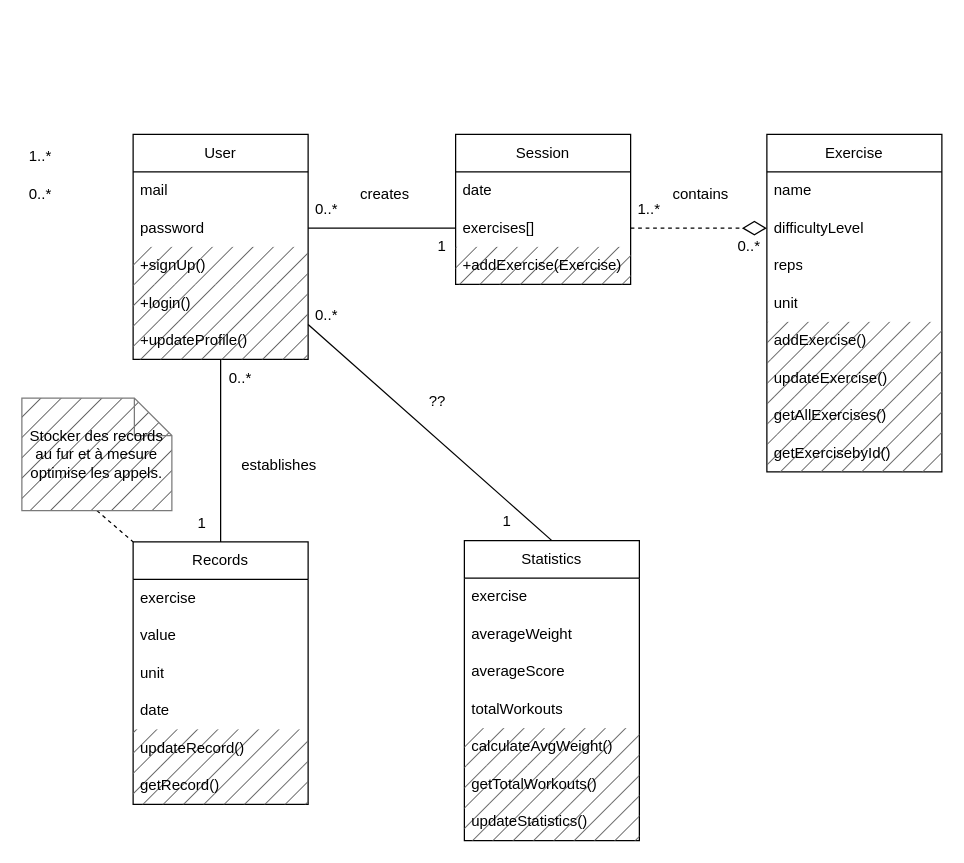
FlorenceBuchelet/workout_diary keeps this draw.io diagram as _ressources/UML_diagrams/class.dio. Above is the earlier version. Source tidied: cells renumbered, new cells numbered last; positions are measured from the earlier drawing's top-left corner, leaving out a move shared by most shapes. Both pictures are drawn from the tidied source at 125%, with x=0, y=0 at pixel (21, 134).
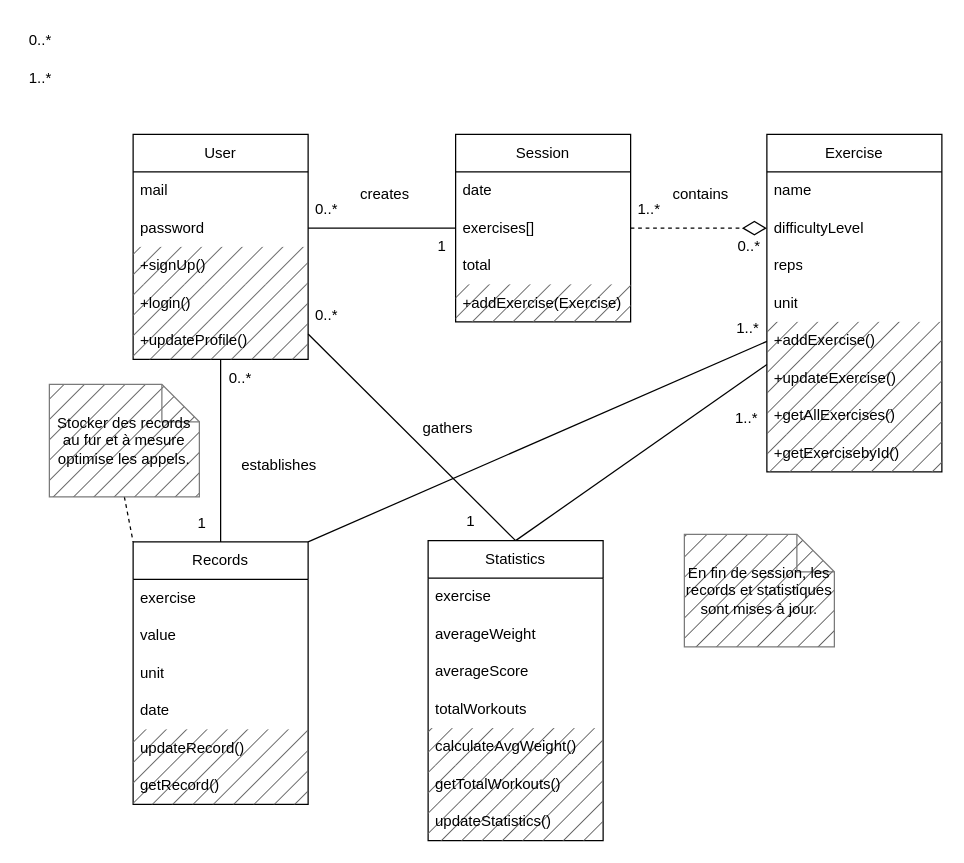
Above is the later version.

Commit message:
class diagram ok

The change refers to these unchanged cells:
```xml
<mxCell id="10" value="Exercise" style="swimlane;fontStyle=0;horizontal=1;startSize=30;whiteSpace=wrap;html=1;" parent="1" vertex="1">
  <mxGeometry x="596" width="140" height="270" as="geometry" />
</mxCell>
<mxCell id="23" value="Records" style="swimlane;fontStyle=0;horizontal=1;startSize=30;whiteSpace=wrap;html=1;" parent="1" vertex="1">
  <mxGeometry x="89" y="326" width="140" height="210" as="geometry" />
</mxCell>
```

Diff of the diagram source:
```diff
@@
+    <mxCell id="56" style="edgeStyle=none;html=1;entryX=1;entryY=0;entryDx=0;entryDy=0;endArrow=none;endFill=0;" parent="1" edge="1" source="10" target="23">
+      <mxGeometry relative="1" as="geometry" />
+    </mxCell>
+    <mxCell id="57" style="edgeStyle=none;html=1;entryX=0.5;entryY=0;entryDx=0;entryDy=0;endArrow=none;endFill=0;" parent="1" edge="1" source="10" target="30">
+      <mxGeometry relative="1" as="geometry" />
+    </mxCell>
@@
-    <mxCell id="15" value="addExercise()" style="text;align=left;verticalAlign=middle;spacingLeft=4;spacingRight=4;overflow=hidden;whiteSpace=wrap;html=1;fillColor=#666666;fillStyle=hatch;" parent="10" vertex="1">
+    <mxCell id="15" value="+addExercise()" style="text;align=left;verticalAlign=middle;spacingLeft=4;spacingRight=4;overflow=hidden;whiteSpace=wrap;html=1;fillColor=#666666;fillStyle=hatch;" parent="10" vertex="1">
       <mxGeometry y="150" width="140" height="30" as="geometry" />
     </mxCell>
-    <mxCell id="16" value="updateExercise()" style="text;align=left;verticalAlign=middle;spacingLeft=4;spacingRight=4;overflow=hidden;whiteSpace=wrap;html=1;fillColor=#666666;fillStyle=hatch;" parent="10" vertex="1">
+    <mxCell id="16" value="+updateExercise()" style="text;align=left;verticalAlign=middle;spacingLeft=4;spacingRight=4;overflow=hidden;whiteSpace=wrap;html=1;fillColor=#666666;fillStyle=hatch;" parent="10" vertex="1">
       <mxGeometry y="180" width="140" height="30" as="geometry" />
     </mxCell>
-    <mxCell id="17" value="getAllExercises()" style="text;align=left;verticalAlign=middle;spacingLeft=4;spacingRight=4;overflow=hidden;whiteSpace=wrap;html=1;fillColor=#666666;fillStyle=hatch;" parent="10" vertex="1">
+    <mxCell id="17" value="+getAllExercises()" style="text;align=left;verticalAlign=middle;spacingLeft=4;spacingRight=4;overflow=hidden;whiteSpace=wrap;html=1;fillColor=#666666;fillStyle=hatch;" parent="10" vertex="1">
       <mxGeometry y="210" width="140" height="30" as="geometry" />
     </mxCell>
-    <mxCell id="18" value="getExercisebyId()" style="text;align=left;verticalAlign=middle;spacingLeft=4;spacingRight=4;overflow=hidden;whiteSpace=wrap;html=1;fillColor=#666666;fillStyle=hatch;" parent="10" vertex="1">
+    <mxCell id="18" value="+getExercisebyId()" style="text;align=left;verticalAlign=middle;spacingLeft=4;spacingRight=4;overflow=hidden;whiteSpace=wrap;html=1;fillColor=#666666;fillStyle=hatch;" parent="10" vertex="1">
       <mxGeometry y="240" width="140" height="30" as="geometry" />
     </mxCell>
     <mxCell id="19" value="Session" style="swimlane;fontStyle=0;horizontal=1;startSize=30;whiteSpace=wrap;html=1;" parent="1" vertex="1">
-      <mxGeometry x="347" width="140" height="120" as="geometry" />
+      <mxGeometry x="347" width="140" height="150" as="geometry" />
     </mxCell>
@@
+    <mxCell id="58" value="total" style="text;strokeColor=none;fillColor=none;align=left;verticalAlign=middle;spacingLeft=4;spacingRight=4;overflow=hidden;whiteSpace=wrap;html=1;" parent="19" vertex="1">
+      <mxGeometry y="90" width="140" height="30" as="geometry" />
+    </mxCell>
     <mxCell id="22" value="+addExercise(Exercise)" style="text;align=left;verticalAlign=middle;spacingLeft=4;spacingRight=4;overflow=hidden;whiteSpace=wrap;html=1;fillColor=#666666;fillStyle=hatch;" parent="19" vertex="1">
-      <mxGeometry y="90" width="140" height="30" as="geometry" />
+      <mxGeometry y="120" width="140" height="30" as="geometry" />
     </mxCell>
@@
     <mxCell id="30" value="Statistics" style="swimlane;fontStyle=0;horizontal=1;startSize=30;whiteSpace=wrap;html=1;" parent="1" vertex="1">
-      <mxGeometry x="354" y="325" width="140" height="240" as="geometry" />
+      <mxGeometry x="325" y="325" width="140" height="240" as="geometry" />
     </mxCell>
@@
     <mxCell id="41" value="Stocker des records au fur et à mesure optimise les appels." style="shape=note;whiteSpace=wrap;html=1;backgroundOutline=1;darkOpacity=0.05;rounded=0;fillStyle=hatch;strokeColor=#7A7A7A;strokeWidth=1;fillColor=#616161;" parent="1" vertex="1">
-      <mxGeometry y="211" width="120" height="90" as="geometry" />
+      <mxGeometry x="22" y="200" width="120" height="90" as="geometry" />
     </mxCell>
     <mxCell id="42" value="1..*" style="text;strokeColor=none;fillColor=none;align=left;verticalAlign=middle;spacingLeft=4;spacingRight=4;overflow=hidden;whiteSpace=wrap;html=1;" parent="1" vertex="1">
-      <mxGeometry y="3" width="50" height="30" as="geometry" />
+      <mxGeometry y="-60" width="50" height="30" as="geometry" />
     </mxCell>
@@
     <mxCell id="45" value="0..*" style="text;strokeColor=none;fillColor=none;align=left;verticalAlign=middle;spacingLeft=4;spacingRight=4;overflow=hidden;whiteSpace=wrap;html=1;" parent="1" vertex="1">
-      <mxGeometry y="33" width="50" height="30" as="geometry" />
+      <mxGeometry y="-90" width="50" height="30" as="geometry" />
     </mxCell>
@@
     <mxCell id="51" value="1" style="text;strokeColor=none;fillColor=none;align=left;verticalAlign=middle;spacingLeft=4;spacingRight=4;overflow=hidden;whiteSpace=wrap;html=1;" parent="1" vertex="1">
-      <mxGeometry x="379" y="295" width="50" height="30" as="geometry" />
+      <mxGeometry x="350" y="295" width="50" height="30" as="geometry" />
     </mxCell>
@@
-    <mxCell id="55" value="??" style="text;strokeColor=none;fillColor=none;align=left;verticalAlign=middle;spacingLeft=4;spacingRight=4;overflow=hidden;whiteSpace=wrap;html=1;" parent="1" vertex="1">
-      <mxGeometry x="320" y="199" width="50" height="30" as="geometry" />
+    <mxCell id="55" value="gathers" style="text;strokeColor=none;fillColor=none;align=left;verticalAlign=middle;spacingLeft=4;spacingRight=4;overflow=hidden;whiteSpace=wrap;html=1;" parent="1" vertex="1">
+      <mxGeometry x="315" y="220" width="50" height="30" as="geometry" />
     </mxCell>
+    <mxCell id="59" value="En fin de session, les records et statistiques sont mises à jour." style="shape=note;whiteSpace=wrap;html=1;backgroundOutline=1;darkOpacity=0.05;rounded=0;fillStyle=hatch;strokeColor=#7A7A7A;strokeWidth=1;fillColor=#616161;" parent="1" vertex="1">
+      <mxGeometry x="530" y="320" width="120" height="90" as="geometry" />
+    </mxCell>
+    <mxCell id="60" value="1..*" style="text;strokeColor=none;fillColor=none;align=left;verticalAlign=middle;spacingLeft=4;spacingRight=4;overflow=hidden;whiteSpace=wrap;html=1;" parent="1" vertex="1">
+      <mxGeometry x="566" y="140" width="50" height="30" as="geometry" />
+    </mxCell>
+    <mxCell id="61" value="1..*" style="text;strokeColor=none;fillColor=none;align=left;verticalAlign=middle;spacingLeft=4;spacingRight=4;overflow=hidden;whiteSpace=wrap;html=1;" parent="1" vertex="1">
+      <mxGeometry x="565" y="212" width="50" height="30" as="geometry" />
+    </mxCell>
```
